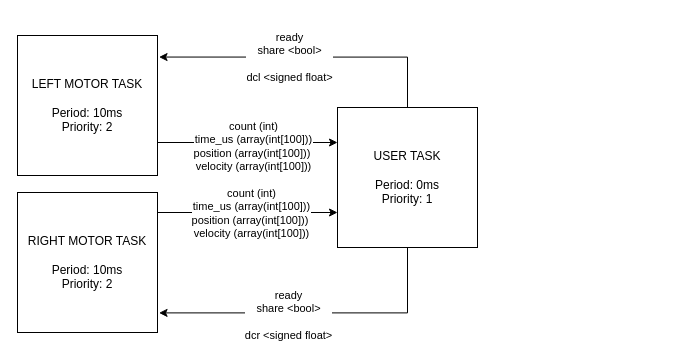
Earlier version of the draw.io diagram LAB0x04/ME4305LAB0x04TD.drawio (aVetrova04/ME4305). Source tidied: cells renumbered, new cells numbered last; positions are measured from the earlier drawing's top-left corner, leaving out a move shared by most shapes. Both pictures are drawn from the tidied source at 100%, with x=0, y=0 at pixel (17, 35).
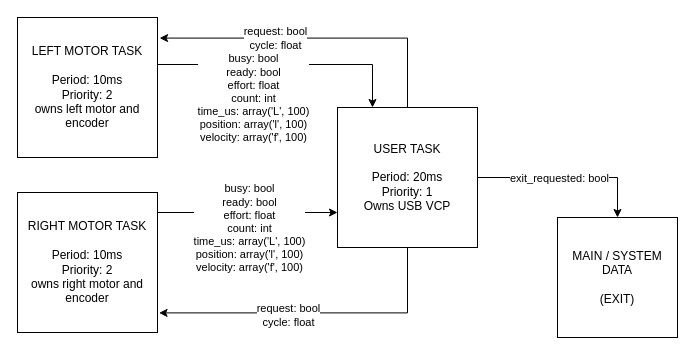
Above is the later version.

The change refers to these unchanged cells:
```xml
<mxCell id="5" style="edgeStyle=orthogonalEdgeStyle;rounded=0;jettySize=auto;html=1;entryX=0;entryY=0.75;entryDx=0;entryDy=0;" parent="1" edge="1" source="7" target="8">
  <mxGeometry relative="1" as="geometry">
    <Array as="points">
      <mxPoint x="190" y="177" />
      <mxPoint x="190" y="177" />
    </Array>
  </mxGeometry>
</mxCell>
<mxCell id="11" style="edgeStyle=orthogonalEdgeStyle;rounded=0;jettySize=auto;html=1;entryX=1.011;entryY=0.86;entryDx=0;entryDy=0;entryPerimeter=0;" parent="1" edge="1" source="8" target="7">
  <mxGeometry relative="1" as="geometry">
    <Array as="points">
      <mxPoint x="390" y="277.4" />
    </Array>
  </mxGeometry>
</mxCell>
```

Change to the diagram source:
```diff
@@
-    <mxCell id="2" style="edgeStyle=orthogonalEdgeStyle;rounded=0;jettySize=auto;html=1;entryX=0;entryY=0.25;entryDx=0;entryDy=0;" parent="1" edge="1" source="4" target="8">
-      <mxGeometry relative="1" as="geometry">
+    <mxCell id="2" style="edgeStyle=orthogonalEdgeStyle;rounded=0;jettySize=auto;html=1;entryX=0.25;entryY=0;entryDx=0;entryDy=0;" parent="1" edge="1" source="4" target="8">
+      <mxGeometry x="-0.3" relative="1" as="geometry">
         <Array as="points">
-          <mxPoint x="190" y="107" />
-          <mxPoint x="190" y="107" />
+          <mxPoint x="355" y="29" />
         </Array>
       </mxGeometry>
     </mxCell>
-    <mxCell id="3" value="count (int)&lt;div&gt;time_us (array(int[100]))&lt;/div&gt;&lt;div&gt;position (array(int[100]))&amp;nbsp;&lt;/div&gt;&lt;div&gt;velocity (array(int[100]))&lt;/div&gt;" style="edgeLabel;html=1;align=center;verticalAlign=middle;" parent="2" vertex="1">
-      <mxGeometry x="0.05" y="-3" relative="1" as="geometry" />
+    <mxCell id="3" value="busy: bool&lt;br&gt;ready: bool&lt;br&gt;effort: float&lt;br&gt;count: int&lt;br&gt;time_us: array('L', 100)&lt;br&gt;position: array('l', 100)&lt;br&gt;velocity: array('f', 100)" style="edgeLabel;html=1;align=center;verticalAlign=middle;" parent="2" vertex="1">
+      <mxGeometry x="-0.26" y="-3" relative="1" as="geometry">
+        <mxPoint y="30" as="offset" />
+      </mxGeometry>
     </mxCell>
-    <mxCell id="4" value="LEFT MOTOR TASK&lt;div&gt;&lt;br&gt;&lt;/div&gt;&lt;div&gt;Period: 10ms&lt;/div&gt;&lt;div&gt;Priority: 2&lt;/div&gt;" style="whiteSpace=wrap;html=1;" parent="1" vertex="1">
-      <mxGeometry width="140" height="140" as="geometry" />
+    <mxCell id="4" value="LEFT MOTOR TASK&lt;div&gt;&lt;br&gt;&lt;/div&gt;&lt;div&gt;Period: 10ms&lt;/div&gt;&lt;div&gt;Priority: 2&lt;/div&gt;&lt;div&gt;owns left motor and encoder&lt;/div&gt;" style="whiteSpace=wrap;html=1;" parent="1" vertex="1">
+      <mxGeometry y="-18" width="140" height="140" as="geometry" />
     </mxCell>
@@
-    <mxCell id="6" value="count (int)&lt;div&gt;time_us (array(int[100]))&lt;/div&gt;&lt;div&gt;position (array(int[100]))&amp;nbsp;&lt;/div&gt;&lt;div&gt;velocity (array(int[100]))&lt;/div&gt;" style="edgeLabel;html=1;align=center;verticalAlign=middle;" parent="5" vertex="1">
-      <mxGeometry x="0.03" relative="1" as="geometry" />
+    <mxCell id="6" value="busy: bool&lt;br&gt;ready: bool&lt;br&gt;effort: float&lt;br&gt;count: int&lt;br&gt;time_us: array('L', 100)&lt;br&gt;position: array('l', 100)&lt;br&gt;velocity: array('f', 100)" style="edgeLabel;html=1;align=center;verticalAlign=middle;" parent="5" vertex="1">
+      <mxGeometry x="0.03" relative="1" as="geometry">
+        <mxPoint x="-2" y="15" as="offset" />
+      </mxGeometry>
     </mxCell>
-    <mxCell id="7" value="RIGHT MOTOR TASK&lt;div&gt;&lt;br&gt;&lt;/div&gt;&lt;div&gt;Period: 10ms&lt;/div&gt;&lt;div&gt;Priority: 2&lt;/div&gt;" style="whiteSpace=wrap;html=1;" parent="1" vertex="1">
+    <mxCell id="7" value="RIGHT MOTOR TASK&lt;div&gt;&lt;br&gt;&lt;/div&gt;&lt;div&gt;Period: 10ms&lt;/div&gt;&lt;div&gt;Priority: 2&lt;/div&gt;&lt;div&gt;owns right motor and encoder&lt;/div&gt;" style="whiteSpace=wrap;html=1;" parent="1" vertex="1">
       <mxGeometry y="157" width="140" height="140" as="geometry" />
     </mxCell>
+    <mxCell id="13" style="edgeStyle=orthogonalEdgeStyle;rounded=0;jettySize=auto;html=1;exitX=1;exitY=0.5;exitDx=0;exitDy=0;" parent="1" edge="1" source="8" target="15">
+      <mxGeometry relative="1" as="geometry">
+        <Array as="points">
+          <mxPoint x="600" y="142" />
+        </Array>
+      </mxGeometry>
+    </mxCell>
+    <mxCell id="14" value="exit_requested: bool" style="edgeLabel;html=1;align=center;verticalAlign=middle;" parent="13" vertex="1">
+      <mxGeometry x="0.03" relative="1" as="geometry">
+        <mxPoint x="-12" as="offset" />
+      </mxGeometry>
+    </mxCell>
-    <mxCell id="8" value="USER TASK&lt;div&gt;&lt;br&gt;&lt;/div&gt;&lt;div&gt;Period: 0ms&lt;/div&gt;&lt;div&gt;Priority: 1&lt;/div&gt;" style="whiteSpace=wrap;html=1;" parent="1" vertex="1">
+    <mxCell id="8" value="USER TASK&lt;div&gt;&lt;br&gt;&lt;/div&gt;&lt;div&gt;Period: 20ms&lt;/div&gt;&lt;div&gt;Priority: 1&lt;/div&gt;&lt;div&gt;Owns USB VCP&lt;/div&gt;" style="whiteSpace=wrap;html=1;" parent="1" vertex="1">
       <mxGeometry x="320" y="72" width="140" height="140" as="geometry" />
     </mxCell>
-    <mxCell id="9" style="edgeStyle=orthogonalEdgeStyle;rounded=0;jettySize=auto;html=1;entryX=1.011;entryY=0.154;entryDx=0;entryDy=0;entryPerimeter=0;" parent="1" edge="1" source="8" target="4">
-      <mxGeometry relative="1" as="geometry">
+    <mxCell id="9" style="edgeStyle=orthogonalEdgeStyle;rounded=0;jettySize=auto;html=1;exitX=0.5;exitY=0;exitDx=0;exitDy=0;entryX=1.015;entryY=0.147;entryDx=0;entryDy=0;entryPerimeter=0;" parent="1" edge="1" source="8" target="4">
+      <mxGeometry x="0.3" relative="1" as="geometry">
         <Array as="points">
-          <mxPoint x="390" y="21.6" />
+          <mxPoint x="390" y="2.6" />
         </Array>
       </mxGeometry>
     </mxCell>
-    <mxCell id="10" value="ready&lt;div&gt;share &amp;lt;bool&amp;gt;&lt;/div&gt;&lt;div&gt;&lt;br&gt;&lt;/div&gt;&lt;div&gt;dcl &amp;lt;signed float&amp;gt;&lt;/div&gt;" style="edgeLabel;html=1;align=center;verticalAlign=middle;" parent="9" vertex="1">
-      <mxGeometry x="0.13" relative="1" as="geometry" />
+    <mxCell id="10" value="request: bool&lt;br&gt;cycle: float" style="edgeLabel;html=1;align=center;verticalAlign=middle;" parent="9" vertex="1">
+      <mxGeometry x="0.42" relative="1" as="geometry">
+        <mxPoint x="23" as="offset" />
+      </mxGeometry>
     </mxCell>
@@
-    <mxCell id="12" value="ready&lt;div&gt;share &amp;lt;bool&amp;gt;&lt;/div&gt;&lt;div&gt;&lt;br&gt;&lt;/div&gt;&lt;div&gt;dcr &amp;lt;signed float&amp;gt;&lt;/div&gt;" style="edgeLabel;html=1;align=center;verticalAlign=middle;" parent="11" vertex="1">
+    <mxCell id="12" value="request: bool&lt;br&gt;cycle: float" style="edgeLabel;html=1;align=center;verticalAlign=middle;" parent="11" vertex="1">
       <mxGeometry x="0.18" y="2" relative="1" as="geometry" />
     </mxCell>
+    <mxCell id="15" value="&lt;div&gt;MAIN / SYSTEM DATA&lt;/div&gt;&lt;div&gt;&lt;br&gt;&lt;/div&gt;&lt;div&gt;(EXIT)&lt;/div&gt;" style="whiteSpace=wrap;html=1;" parent="1" vertex="1">
+      <mxGeometry x="540" y="182" width="120" height="120" as="geometry" />
+    </mxCell>
```
